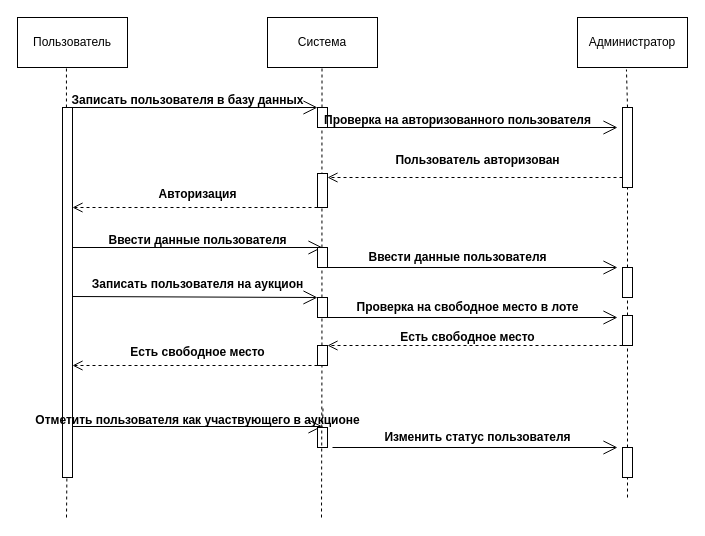
Earlier version of the draw.io diagram UML/Диаграмма_Последовательности_уч_практика.drawio (L0nelys016/auction-Kartina). Source tidied: cells renumbered, new cells numbered last; positions are measured from the earlier drawing's top-left corner, leaving out a move shared by most shapes. Both pictures are drawn from the tidied source at 100%, with x=0, y=0 at pixel (17, 17).
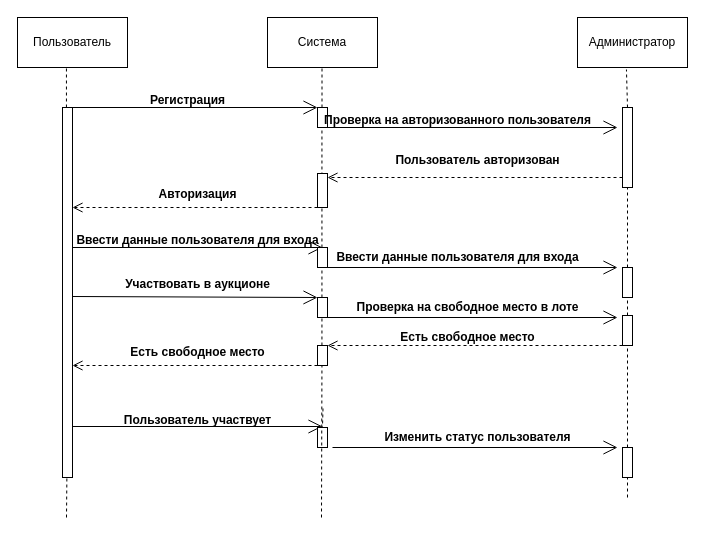
Above is the later version.

Commit message (it also covers changes not shown here):
UML: Create diagrams sequences, communications

What changed in the source:
```diff
@@
-    <mxCell id="13" value="Записать пользователя в базу данных" style="text;align=center;fontStyle=1;verticalAlign=middle;spacingLeft=3;spacingRight=3;strokeColor=none;html=1;" parent="1" vertex="1">
+    <mxCell id="13" value="Регистрация" style="text;align=center;fontStyle=1;verticalAlign=middle;spacingLeft=3;spacingRight=3;strokeColor=none;html=1;" parent="1" vertex="1">
       <mxGeometry x="130" y="70" width="80" height="26" as="geometry" />
     </mxCell>
@@
-    <mxCell id="24" value="Ввести данные пользователя" style="text;align=center;fontStyle=1;verticalAlign=middle;spacingLeft=3;spacingRight=3;strokeColor=none;html=1;" parent="1" vertex="1">
+    <mxCell id="24" value="Ввести данные пользователя для входа" style="text;align=center;fontStyle=1;verticalAlign=middle;spacingLeft=3;spacingRight=3;strokeColor=none;html=1;" parent="1" vertex="1">
       <mxGeometry x="140" y="210" width="80" height="26" as="geometry" />
     </mxCell>
@@
-    <mxCell id="28" value="Ввести данные пользователя" style="text;align=center;fontStyle=1;verticalAlign=middle;spacingLeft=3;spacingRight=3;strokeColor=none;html=1;" parent="1" vertex="1">
+    <mxCell id="28" value="Ввести данные пользователя для входа" style="text;align=center;fontStyle=1;verticalAlign=middle;spacingLeft=3;spacingRight=3;strokeColor=none;html=1;" parent="1" vertex="1">
       <mxGeometry x="400" y="227" width="80" height="26" as="geometry" />
     </mxCell>
@@
-    <mxCell id="34" value="Отметить пользователя как участвующего в аукционе" style="text;align=center;fontStyle=1;verticalAlign=middle;spacingLeft=3;spacingRight=3;strokeColor=none;html=1;" parent="1" vertex="1">
+    <mxCell id="34" value="Пользователь участвует" style="text;align=center;fontStyle=1;verticalAlign=middle;spacingLeft=3;spacingRight=3;strokeColor=none;html=1;" parent="1" vertex="1">
       <mxGeometry x="140" y="390" width="80" height="26" as="geometry" />
     </mxCell>
@@
-    <mxCell id="38" value="Записать пользователя на аукцион" style="text;align=center;fontStyle=1;verticalAlign=middle;spacingLeft=3;spacingRight=3;strokeColor=none;html=1;" parent="1" vertex="1">
+    <mxCell id="38" value="Участвовать в аукционе" style="text;align=center;fontStyle=1;verticalAlign=middle;spacingLeft=3;spacingRight=3;strokeColor=none;html=1;" parent="1" vertex="1">
       <mxGeometry x="140" y="254" width="80" height="26" as="geometry" />
     </mxCell>
```
